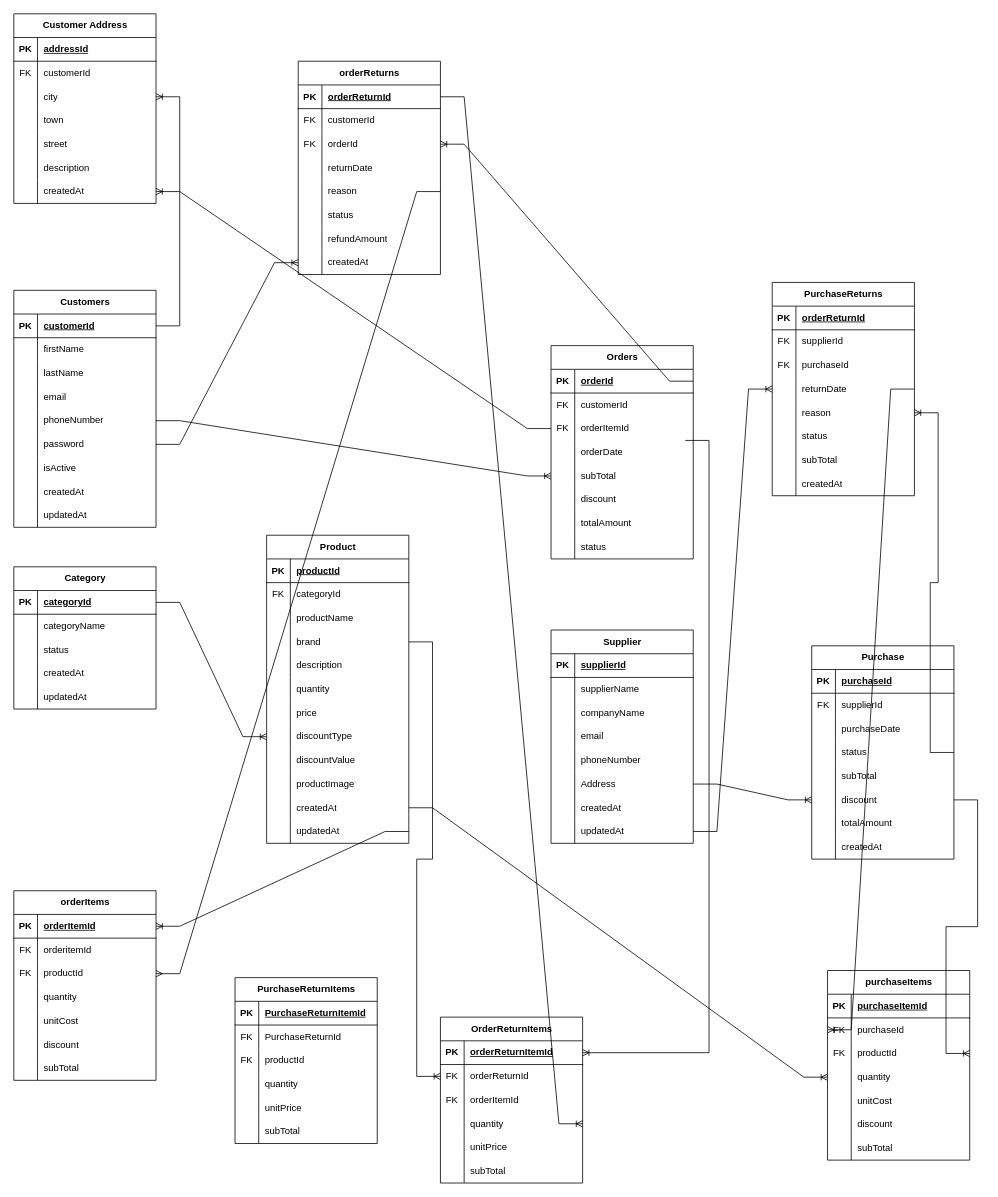
The draw.io diagram database_design.drawio in TremerYT/inventory_management_system_backend, before the edit. Source tidied: cells renumbered, new cells numbered last; positions are measured from the earlier drawing's top-left corner, leaving out a move shared by most shapes. Both pictures are drawn from the tidied source at 79%, with x=0, y=0 at pixel (13, 13).
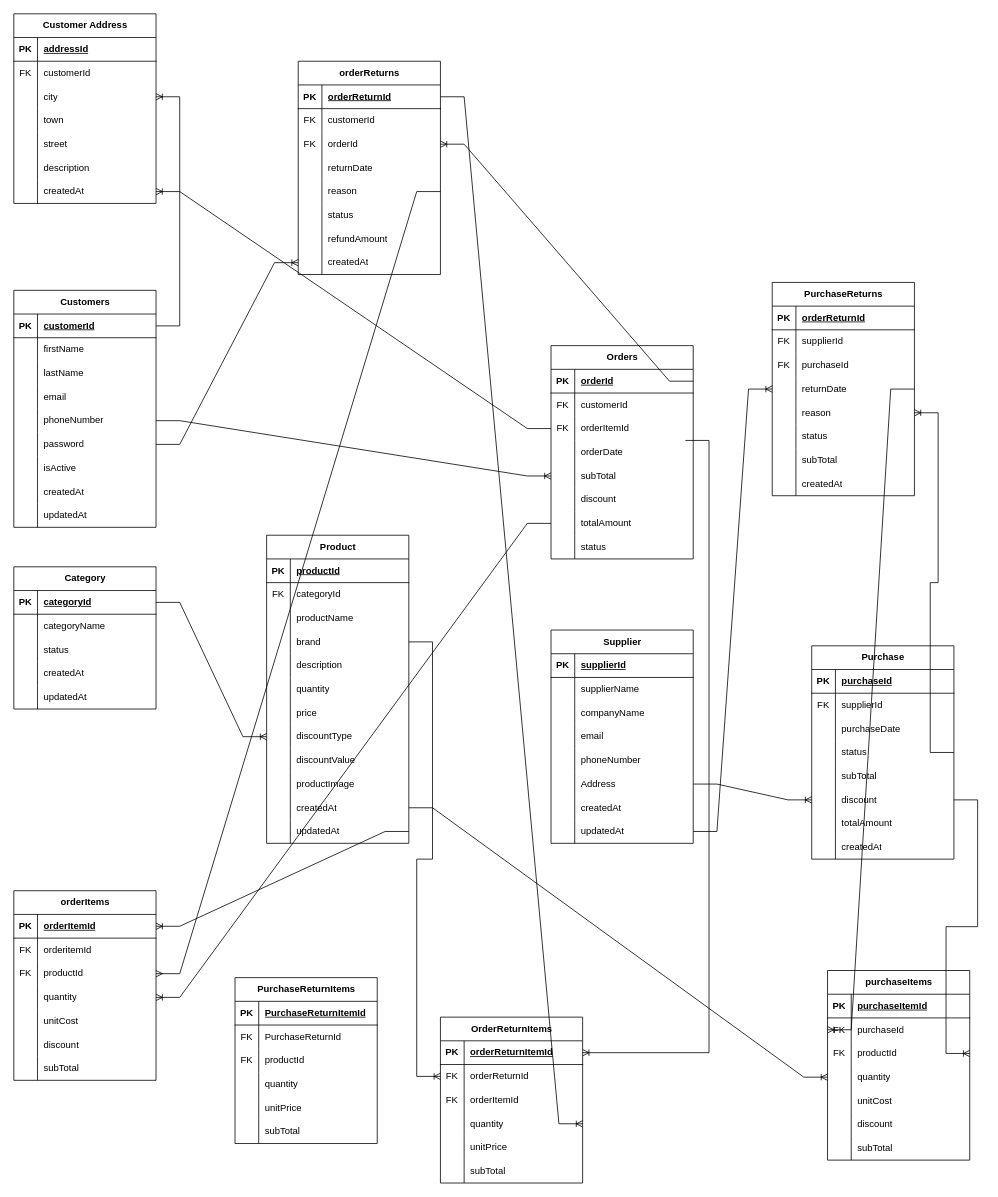
The same page after the edit.

Unchanged cells that the change refers to:
```xml
<mxCell id="127" style="shape=tableRow;horizontal=0;startSize=0;swimlaneHead=0;swimlaneBody=0;fillColor=none;points=[[0,0.5],[1,0.5]];portConstraint=eastwest;top=0;left=0;right=0;bottom=0;" parent="108" vertex="1">
  <mxGeometry y="210" width="180" height="30" as="geometry" />
</mxCell>
<mxCell id="314" style="shape=tableRow;horizontal=0;startSize=0;swimlaneHead=0;swimlaneBody=0;fillColor=none;points=[[0,0.5],[1,0.5]];portConstraint=eastwest;top=0;left=0;right=0;bottom=0;" parent="304" vertex="1">
  <mxGeometry y="120" width="180" height="30" as="geometry" />
</mxCell>
```

Diff of the diagram source:
```diff
@@
+    <mxCell id="329" style="edgeStyle=entityRelationEdgeStyle;fontSize=12;html=1;endArrow=ERoneToMany;rounded=0;entryX=1;entryY=0.5;entryDx=0;entryDy=0;exitX=0;exitY=0.5;exitDx=0;exitDy=0;" parent="1" edge="1" source="127" target="314">
+      <mxGeometry relative="1" as="geometry" />
+    </mxCell>
```
